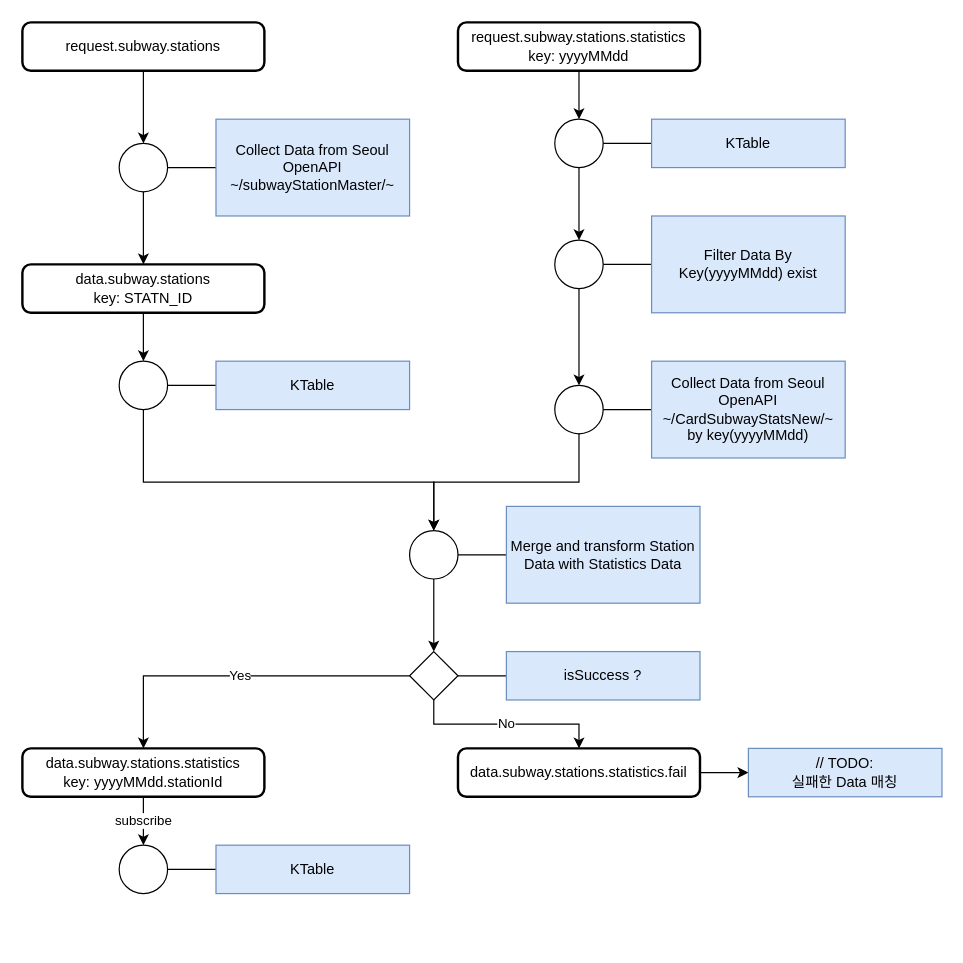
Earlier version of the draw.io diagram subway/subwayTopology.drawio (p-bear/charts.draw.io). Source tidied: cells renumbered, new cells numbered last; positions are measured from the earlier drawing's top-left corner, leaving out a move shared by most shapes. Both pictures are drawn from the tidied source at 121%, with x=0, y=0 at pixel (22, 22).
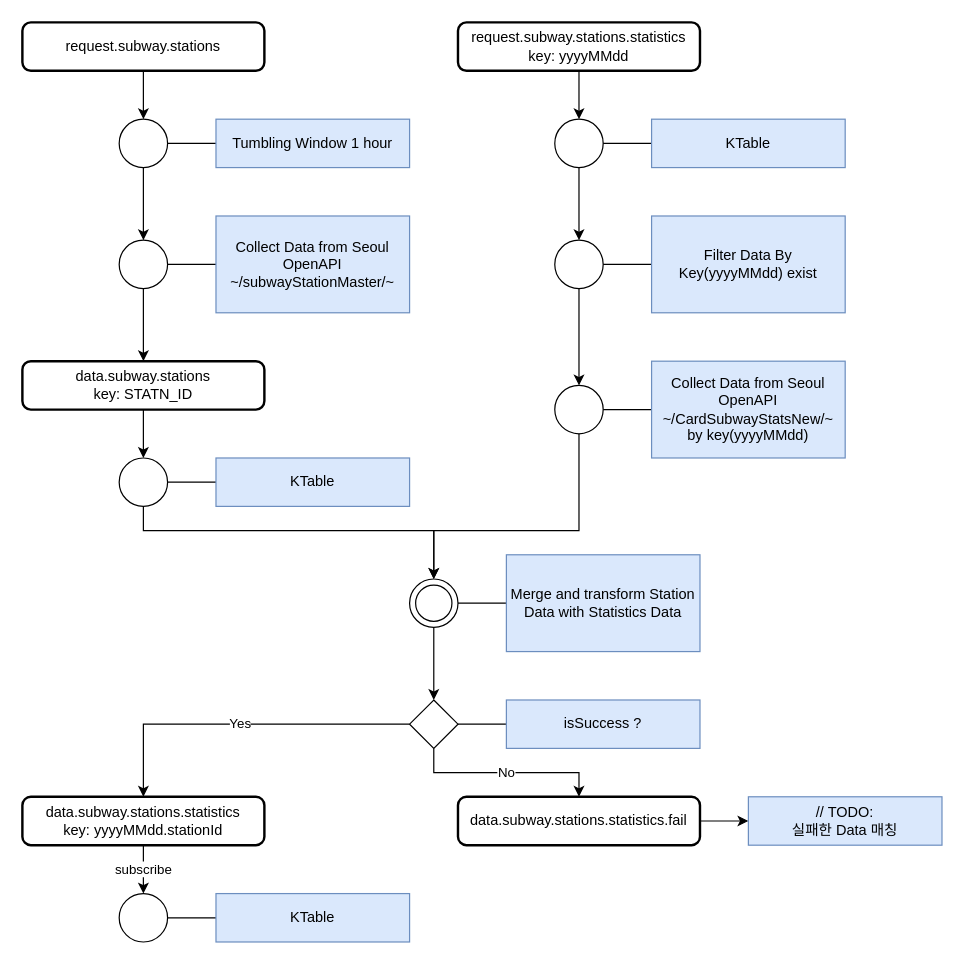
After the change.

Unchanged cells that the change refers to:
```xml
<mxCell id="3" value="&lt;div&gt;&lt;span style=&quot;background-color: initial;&quot;&gt;request.subway.stations&lt;/span&gt;&lt;br&gt;&lt;/div&gt;" style="rounded=1;whiteSpace=wrap;html=1;absoluteArcSize=1;arcSize=14;strokeWidth=2;" parent="1" vertex="1">
  <mxGeometry width="200" height="40" as="geometry" />
</mxCell>
<mxCell id="5" style="shape=ellipse;html=1;dashed=0;whiteSpace=wrap;perimeter=ellipsePerimeter;" parent="4" vertex="1">
  <mxGeometry y="20" width="40" height="40" as="geometry" />
</mxCell>
<mxCell id="14" style="shape=ellipse;html=1;dashed=0;whiteSpace=wrap;perimeter=ellipsePerimeter;" parent="13" vertex="1">
  <mxGeometry y="20" width="40" height="40" as="geometry" />
</mxCell>
<mxCell id="28" style="shape=ellipse;html=1;dashed=0;whiteSpace=wrap;perimeter=ellipsePerimeter;" parent="27" vertex="1">
  <mxGeometry width="40" height="40" as="geometry" />
</mxCell>
```

Change to the diagram source:
```diff
@@
-    <mxCell id="2" style="edgeStyle=orthogonalEdgeStyle;rounded=0;jettySize=auto;html=1;entryX=0.5;entryY=0;entryDx=0;entryDy=0;" parent="1" edge="1" source="3" target="5">
-      <mxGeometry relative="1" as="geometry" />
-    </mxCell>
+    <mxCell id="53" style="edgeStyle=orthogonalEdgeStyle;rounded=0;jettySize=auto;html=1;entryX=0.5;entryY=0;entryDx=0;entryDy=0;" parent="1" edge="1" source="3" target="55">
+      <mxGeometry relative="1" as="geometry" />
+    </mxCell>
@@
     <mxCell id="4" style="group;" parent="1" vertex="1">
-      <mxGeometry x="80" y="80" width="240" height="80" as="geometry" />
+      <mxGeometry x="80" y="160" width="240" height="80" as="geometry" />
     </mxCell>
@@
     <mxCell id="9" value="&lt;div&gt;&lt;span style=&quot;background-color: initial;&quot;&gt;data.subway.stations&lt;/span&gt;&lt;br&gt;&lt;/div&gt;&lt;div&gt;&lt;span style=&quot;background-color: initial;&quot;&gt;key: STATN_ID&lt;/span&gt;&lt;/div&gt;" style="rounded=1;whiteSpace=wrap;html=1;absoluteArcSize=1;arcSize=14;strokeWidth=2;" parent="1" vertex="1">
-      <mxGeometry y="200" width="200" height="40" as="geometry" />
+      <mxGeometry y="280" width="200" height="40" as="geometry" />
     </mxCell>
@@
     <mxCell id="27" style="group;" parent="1" vertex="1">
-      <mxGeometry x="80" y="280" width="240" height="40" as="geometry" />
+      <mxGeometry x="80" y="360" width="240" height="40" as="geometry" />
     </mxCell>
@@
-    <mxCell id="31" style="group;" parent="1" vertex="1">
-      <mxGeometry x="320" y="400" width="240" height="80" as="geometry" />
-    </mxCell>
-    <mxCell id="32" style="shape=ellipse;html=1;dashed=0;whiteSpace=wrap;perimeter=ellipsePerimeter;" parent="31" vertex="1">
-      <mxGeometry y="20" width="40" height="40" as="geometry" />
-    </mxCell>
-    <mxCell id="33" style="edgeStyle=orthogonalEdgeStyle;rounded=0;jettySize=auto;html=1;exitX=0;exitY=0.5;exitDx=0;exitDy=0;entryX=1;entryY=0.5;entryDx=0;entryDy=0;endArrow=none;endFill=0;" parent="31" edge="1" source="34" target="32">
-      <mxGeometry relative="1" as="geometry" />
-    </mxCell>
-    <mxCell id="34" value="Merge and transform Station Data with Statistics Data" style="text;html=1;align=center;verticalAlign=middle;whiteSpace=wrap;rounded=0;fillColor=#dae8fc;strokeColor=#6c8ebf;" parent="31" vertex="1">
-      <mxGeometry x="80" width="160" height="80" as="geometry" />
-    </mxCell>
     <mxCell id="35" style="edgeStyle=orthogonalEdgeStyle;rounded=0;jettySize=auto;html=1;entryX=0.5;entryY=0;entryDx=0;entryDy=0;" parent="1" edge="1" source="28" target="32">
       <mxGeometry relative="1" as="geometry">
         <Array as="points">
-          <mxPoint x="100" y="380" />
-          <mxPoint x="340" y="380" />
+          <mxPoint x="100" y="420" />
+          <mxPoint x="340" y="420" />
         </Array>
       </mxGeometry>
     </mxCell>
     <mxCell id="36" style="edgeStyle=orthogonalEdgeStyle;rounded=0;jettySize=auto;html=1;entryX=0.5;entryY=0;entryDx=0;entryDy=0;" parent="1" edge="1" source="14" target="32">
       <mxGeometry relative="1" as="geometry">
         <Array as="points">
-          <mxPoint x="460" y="380" />
-          <mxPoint x="340" y="380" />
+          <mxPoint x="460" y="420" />
+          <mxPoint x="340" y="420" />
         </Array>
       </mxGeometry>
     </mxCell>
+    <mxCell id="54" style="group;" parent="1" vertex="1">
+      <mxGeometry x="80" y="80" width="240" height="40" as="geometry" />
+    </mxCell>
+    <mxCell id="55" style="shape=ellipse;html=1;dashed=0;whiteSpace=wrap;perimeter=ellipsePerimeter;" parent="54" vertex="1">
+      <mxGeometry width="40" height="40" as="geometry" />
+    </mxCell>
+    <mxCell id="56" style="edgeStyle=orthogonalEdgeStyle;rounded=0;jettySize=auto;html=1;exitX=0;exitY=0.5;exitDx=0;exitDy=0;entryX=1;entryY=0.5;entryDx=0;entryDy=0;endArrow=none;endFill=0;" parent="54" edge="1" source="57" target="55">
+      <mxGeometry relative="1" as="geometry" />
+    </mxCell>
+    <mxCell id="57" value="Tumbling Window 1 hour" style="text;html=1;align=center;verticalAlign=middle;whiteSpace=wrap;rounded=0;fillColor=#dae8fc;strokeColor=#6c8ebf;" parent="54" vertex="1">
+      <mxGeometry x="80" width="160" height="40" as="geometry" />
+    </mxCell>
+    <mxCell id="58" style="edgeStyle=orthogonalEdgeStyle;rounded=0;jettySize=auto;html=1;entryX=0.5;entryY=0;entryDx=0;entryDy=0;" parent="1" edge="1" source="55" target="5">
+      <mxGeometry relative="1" as="geometry" />
+    </mxCell>
@@
     <mxCell id="38" value="&lt;div&gt;&lt;span style=&quot;background-color: initial;&quot;&gt;data.subway.stations.statistics&lt;/span&gt;&lt;br&gt;&lt;/div&gt;&lt;div&gt;&lt;span style=&quot;background-color: initial;&quot;&gt;key: yyyyMMdd.stationId&lt;/span&gt;&lt;/div&gt;" style="rounded=1;whiteSpace=wrap;html=1;absoluteArcSize=1;arcSize=14;strokeWidth=2;" parent="1" vertex="1">
-      <mxGeometry y="600" width="200" height="40" as="geometry" />
+      <mxGeometry y="640" width="200" height="40" as="geometry" />
     </mxCell>
     <mxCell id="39" style="group;" parent="1" vertex="1">
-      <mxGeometry x="320" y="520" width="240" height="40" as="geometry" />
+      <mxGeometry x="320" y="560" width="240" height="40" as="geometry" />
     </mxCell>
@@
     <mxCell id="44" value="&lt;div&gt;&lt;span style=&quot;background-color: initial;&quot;&gt;data.subway.stations.statistics.fail&lt;/span&gt;&lt;br&gt;&lt;/div&gt;" style="rounded=1;whiteSpace=wrap;html=1;absoluteArcSize=1;arcSize=14;strokeWidth=2;" parent="1" vertex="1">
-      <mxGeometry x="360" y="600" width="200" height="40" as="geometry" />
+      <mxGeometry x="360" y="640" width="200" height="40" as="geometry" />
     </mxCell>
@@
     <mxCell id="47" value="// TODO:&lt;div&gt;실패한 Data 매칭&lt;/div&gt;" style="text;html=1;align=center;verticalAlign=middle;whiteSpace=wrap;rounded=0;fillColor=#dae8fc;strokeColor=#6c8ebf;" parent="1" vertex="1">
-      <mxGeometry x="600" y="600" width="160" height="40" as="geometry" />
+      <mxGeometry x="600" y="640" width="160" height="40" as="geometry" />
     </mxCell>
     <mxCell id="48" style="group;" parent="1" vertex="1">
-      <mxGeometry x="80" y="680" width="240" height="40" as="geometry" />
+      <mxGeometry x="80" y="720" width="240" height="40" as="geometry" />
     </mxCell>
@@
+    <mxCell id="59" style="group;" parent="1" vertex="1">
+      <mxGeometry x="320" y="440" width="240" height="80" as="geometry" />
+    </mxCell>
+    <mxCell id="33" style="edgeStyle=orthogonalEdgeStyle;rounded=0;jettySize=auto;html=1;exitX=0;exitY=0.5;exitDx=0;exitDy=0;entryX=1;entryY=0.5;entryDx=0;entryDy=0;endArrow=none;endFill=0;" parent="59" edge="1" source="34" target="32">
+      <mxGeometry relative="1" as="geometry" />
+    </mxCell>
+    <mxCell id="34" value="Merge and transform Station Data with Statistics Data" style="text;html=1;align=center;verticalAlign=middle;whiteSpace=wrap;rounded=0;fillColor=#dae8fc;strokeColor=#6c8ebf;" parent="59" vertex="1">
+      <mxGeometry x="80" width="160" height="80" as="geometry" />
+    </mxCell>
+    <mxCell id="60" style="group;" parent="59" vertex="1">
+      <mxGeometry y="20" width="40" height="40" as="geometry" />
+    </mxCell>
+    <mxCell id="32" style="shape=ellipse;html=1;dashed=0;whiteSpace=wrap;perimeter=ellipsePerimeter;" parent="60" vertex="1">
+      <mxGeometry width="40" height="40" as="geometry" />
+    </mxCell>
+    <mxCell id="61" style="ellipse;whiteSpace=wrap;html=1;" parent="60" vertex="1">
+      <mxGeometry x="5" y="5" width="30" height="30" as="geometry" />
+    </mxCell>
```
